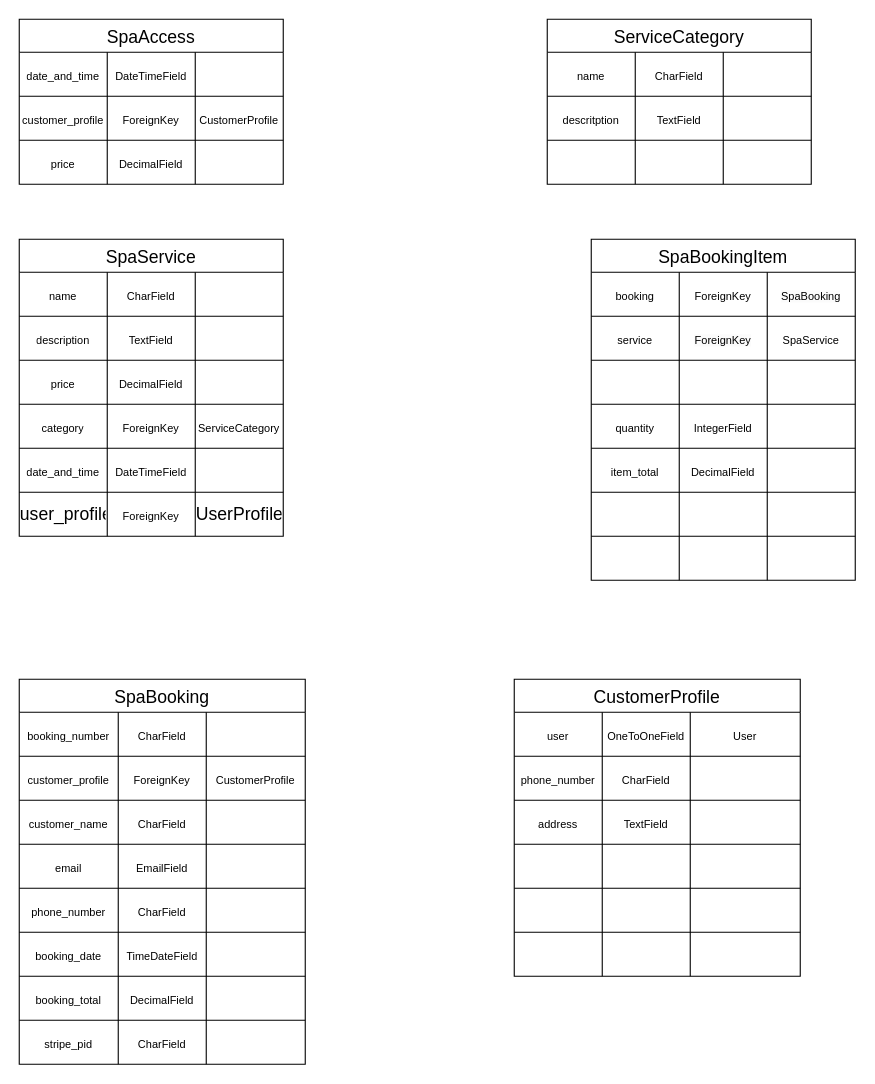
CeciliaSG/pp5_hotel_e-commerce keeps this draw.io diagram as Namnlöst diagram.drawio. Above is the earlier version. Source tidied: cells renumbered, new cells numbered last; positions are measured from the earlier drawing's top-left corner, leaving out a move shared by most shapes. Both pictures are drawn from the tidied source at 110%, with x=0, y=0 at pixel (19, 19).
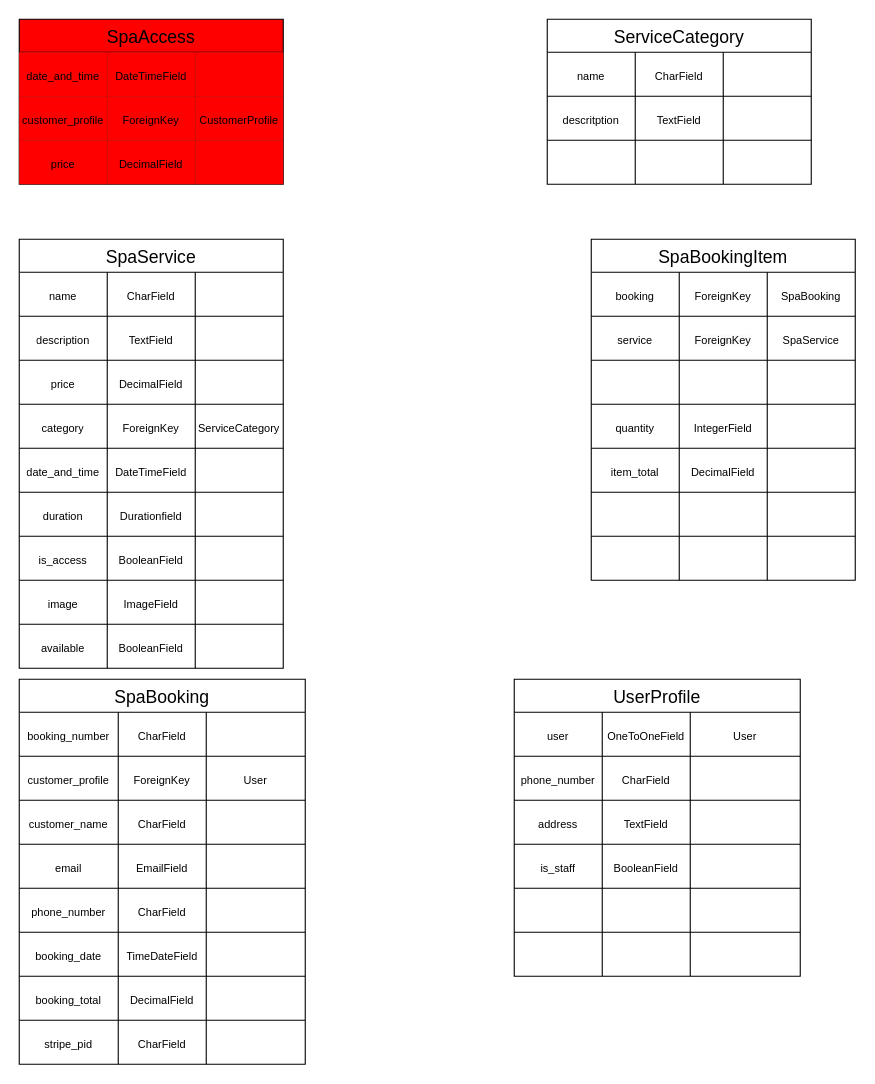
The same diagram, later.

The change refers to these unchanged cells:
```xml
<mxCell id="3" style="shape=tableRow;horizontal=0;startSize=0;swimlaneHead=0;swimlaneBody=0;strokeColor=inherit;top=0;left=0;bottom=0;right=0;fillColor=none;fontSize=16;" parent="2" vertex="1">
  <mxGeometry y="30" width="240" height="40" as="geometry" />
</mxCell>
<mxCell id="7" style="shape=tableRow;horizontal=0;startSize=0;swimlaneHead=0;swimlaneBody=0;strokeColor=inherit;top=0;left=0;bottom=0;right=0;fillColor=none;fontSize=16;" parent="2" vertex="1">
  <mxGeometry y="70" width="240" height="40" as="geometry" />
</mxCell>
<mxCell id="11" style="shape=tableRow;horizontal=0;startSize=0;swimlaneHead=0;swimlaneBody=0;strokeColor=inherit;top=0;left=0;bottom=0;right=0;fillColor=none;fontSize=16;" parent="2" vertex="1">
  <mxGeometry y="110" width="240" height="40" as="geometry" />
</mxCell>
<mxCell id="49" style="shape=tableRow;horizontal=0;startSize=0;swimlaneHead=0;swimlaneBody=0;strokeColor=inherit;top=0;left=0;bottom=0;right=0;fillColor=none;fontSize=16;" parent="28" vertex="1">
  <mxGeometry y="230" width="240" height="40" as="geometry" />
</mxCell>
<mxCell id="87" style="shape=tableRow;horizontal=0;startSize=0;swimlaneHead=0;swimlaneBody=0;strokeColor=inherit;top=0;left=0;bottom=0;right=0;fillColor=none;fontSize=16;" parent="82" vertex="1">
  <mxGeometry y="70" width="260" height="40" as="geometry" />
</mxCell>
<mxCell id="128" style="shape=tableRow;horizontal=0;startSize=0;swimlaneHead=0;swimlaneBody=0;strokeColor=inherit;top=0;left=0;bottom=0;right=0;fillColor=none;fontSize=16;" parent="115" vertex="1">
  <mxGeometry y="150" width="260" height="40" as="geometry" />
</mxCell>
```

Change to the diagram source:
```diff
@@
-    <mxCell id="2" value="SpaAccess" style="shape=table;startSize=30;childLayout=tableLayout;strokeColor=default;fontSize=16;" parent="1" vertex="1">
+    <mxCell id="2" value="SpaAccess" style="shape=table;startSize=30;childLayout=tableLayout;strokeColor=default;fontSize=16;fillColor=#FF0000;" parent="1" vertex="1">
       <mxGeometry width="240" height="150" as="geometry" />
     </mxCell>
@@
-    <mxCell id="4" value="&lt;font style=&quot;font-size: 10px;&quot;&gt;date_and_time&lt;/font&gt;" style="shape=partialRectangle;html=1;whiteSpace=wrap;strokeColor=inherit;overflow=hidden;fillColor=none;top=0;left=0;bottom=0;right=0;fontSize=16;" parent="3" vertex="1">
+    <mxCell id="4" value="&lt;font style=&quot;font-size: 10px;&quot;&gt;date_and_time&lt;/font&gt;" style="shape=partialRectangle;html=1;whiteSpace=wrap;strokeColor=inherit;overflow=hidden;fillColor=#FF0000;top=0;left=0;bottom=0;right=0;fontSize=16;" parent="3" vertex="1">
       <mxGeometry width="80" height="40" as="geometry" />
     </mxCell>
-    <mxCell id="5" value="&lt;font style=&quot;font-size: 10px;&quot;&gt;DateTimeField&lt;/font&gt;" style="shape=partialRectangle;html=1;whiteSpace=wrap;strokeColor=inherit;overflow=hidden;fillColor=none;top=0;left=0;bottom=0;right=0;fontSize=16;" parent="3" vertex="1">
+    <mxCell id="5" value="&lt;font style=&quot;font-size: 10px;&quot;&gt;DateTimeField&lt;/font&gt;" style="shape=partialRectangle;html=1;whiteSpace=wrap;strokeColor=inherit;overflow=hidden;fillColor=#FF0000;top=0;left=0;bottom=0;right=0;fontSize=16;" parent="3" vertex="1">
       <mxGeometry x="80" width="80" height="40" as="geometry" />
     </mxCell>
-    <mxCell id="6" style="shape=partialRectangle;html=1;whiteSpace=wrap;strokeColor=inherit;overflow=hidden;fillColor=none;top=0;left=0;bottom=0;right=0;fontSize=16;" parent="3" vertex="1">
+    <mxCell id="6" style="shape=partialRectangle;html=1;whiteSpace=wrap;strokeColor=inherit;overflow=hidden;fillColor=#FF0000;top=0;left=0;bottom=0;right=0;fontSize=16;" parent="3" vertex="1">
       <mxGeometry x="160" width="80" height="40" as="geometry" />
     </mxCell>
@@
-    <mxCell id="8" value="&lt;font style=&quot;font-size: 10px;&quot;&gt;customer_profile&lt;/font&gt;" style="shape=partialRectangle;html=1;whiteSpace=wrap;strokeColor=inherit;overflow=hidden;fillColor=none;top=0;left=0;bottom=0;right=0;fontSize=16;" parent="7" vertex="1">
+    <mxCell id="8" value="&lt;font style=&quot;font-size: 10px;&quot;&gt;customer_profile&lt;/font&gt;" style="shape=partialRectangle;html=1;whiteSpace=wrap;strokeColor=inherit;overflow=hidden;fillColor=#FF0000;top=0;left=0;bottom=0;right=0;fontSize=16;" parent="7" vertex="1">
       <mxGeometry width="80" height="40" as="geometry" />
     </mxCell>
-    <mxCell id="9" value="&lt;font style=&quot;font-size: 10px;&quot;&gt;ForeignKey&lt;/font&gt;" style="shape=partialRectangle;html=1;whiteSpace=wrap;strokeColor=inherit;overflow=hidden;fillColor=none;top=0;left=0;bottom=0;right=0;fontSize=16;" parent="7" vertex="1">
+    <mxCell id="9" value="&lt;font style=&quot;font-size: 10px;&quot;&gt;ForeignKey&lt;/font&gt;" style="shape=partialRectangle;html=1;whiteSpace=wrap;strokeColor=inherit;overflow=hidden;fillColor=#FF0000;top=0;left=0;bottom=0;right=0;fontSize=16;" parent="7" vertex="1">
       <mxGeometry x="80" width="80" height="40" as="geometry" />
     </mxCell>
-    <mxCell id="10" value="&lt;font style=&quot;font-size: 10px;&quot;&gt;CustomerProfile&lt;/font&gt;" style="shape=partialRectangle;html=1;whiteSpace=wrap;strokeColor=inherit;overflow=hidden;fillColor=none;top=0;left=0;bottom=0;right=0;fontSize=16;" parent="7" vertex="1">
+    <mxCell id="10" value="&lt;font style=&quot;font-size: 10px;&quot;&gt;CustomerProfile&lt;/font&gt;" style="shape=partialRectangle;html=1;whiteSpace=wrap;strokeColor=inherit;overflow=hidden;fillColor=#FF0000;top=0;left=0;bottom=0;right=0;fontSize=16;" parent="7" vertex="1">
       <mxGeometry x="160" width="80" height="40" as="geometry" />
     </mxCell>
@@
-    <mxCell id="12" value="&lt;font style=&quot;font-size: 10px;&quot;&gt;price&lt;/font&gt;" style="shape=partialRectangle;html=1;whiteSpace=wrap;strokeColor=inherit;overflow=hidden;fillColor=none;top=0;left=0;bottom=0;right=0;fontSize=16;" parent="11" vertex="1">
+    <mxCell id="12" value="&lt;font style=&quot;font-size: 10px;&quot;&gt;price&lt;/font&gt;" style="shape=partialRectangle;html=1;whiteSpace=wrap;strokeColor=inherit;overflow=hidden;fillColor=#FF0000;top=0;left=0;bottom=0;right=0;fontSize=16;" parent="11" vertex="1">
       <mxGeometry width="80" height="40" as="geometry" />
     </mxCell>
-    <mxCell id="13" value="&lt;font style=&quot;font-size: 10px;&quot;&gt;DecimalField&lt;/font&gt;" style="shape=partialRectangle;html=1;whiteSpace=wrap;strokeColor=inherit;overflow=hidden;fillColor=none;top=0;left=0;bottom=0;right=0;fontSize=16;" parent="11" vertex="1">
+    <mxCell id="13" value="&lt;font style=&quot;font-size: 10px;&quot;&gt;DecimalField&lt;/font&gt;" style="shape=partialRectangle;html=1;whiteSpace=wrap;strokeColor=inherit;overflow=hidden;fillColor=#FF0000;top=0;left=0;bottom=0;right=0;fontSize=16;" parent="11" vertex="1">
       <mxGeometry x="80" width="80" height="40" as="geometry" />
     </mxCell>
-    <mxCell id="14" style="shape=partialRectangle;html=1;whiteSpace=wrap;strokeColor=inherit;overflow=hidden;fillColor=none;top=0;left=0;bottom=0;right=0;fontSize=16;" parent="11" vertex="1">
+    <mxCell id="14" style="shape=partialRectangle;html=1;whiteSpace=wrap;strokeColor=inherit;overflow=hidden;fillColor=#FF0000;top=0;left=0;bottom=0;right=0;fontSize=16;" parent="11" vertex="1">
       <mxGeometry x="160" width="80" height="40" as="geometry" />
     </mxCell>
@@
     <mxCell id="28" value="SpaService" style="shape=table;startSize=30;childLayout=tableLayout;strokeColor=default;fontSize=16;" parent="1" vertex="1">
-      <mxGeometry y="200" width="240" height="270" as="geometry" />
+      <mxGeometry y="200" width="240" height="390" as="geometry" />
     </mxCell>
@@
-    <mxCell id="50" value="user_profile" style="shape=partialRectangle;html=1;whiteSpace=wrap;strokeColor=inherit;overflow=hidden;fillColor=none;top=0;left=0;bottom=0;right=0;fontSize=16;" parent="49" vertex="1">
+    <mxCell id="50" value="&lt;font style=&quot;font-size: 10px;&quot;&gt;duration&lt;/font&gt;" style="shape=partialRectangle;html=1;whiteSpace=wrap;strokeColor=inherit;overflow=hidden;fillColor=none;top=0;left=0;bottom=0;right=0;fontSize=16;" parent="49" vertex="1">
       <mxGeometry width="80" height="40" as="geometry" />
     </mxCell>
-    <mxCell id="51" value="&lt;span style=&quot;font-size: 10px;&quot;&gt;ForeignKey&lt;/span&gt;" style="shape=partialRectangle;html=1;whiteSpace=wrap;strokeColor=inherit;overflow=hidden;fillColor=none;top=0;left=0;bottom=0;right=0;fontSize=16;" parent="49" vertex="1">
+    <mxCell id="51" value="&lt;font style=&quot;font-size: 10px;&quot;&gt;Durationfield&lt;/font&gt;" style="shape=partialRectangle;html=1;whiteSpace=wrap;strokeColor=inherit;overflow=hidden;fillColor=none;top=0;left=0;bottom=0;right=0;fontSize=16;" parent="49" vertex="1">
       <mxGeometry x="80" width="80" height="40" as="geometry" />
     </mxCell>
-    <mxCell id="52" value="UserProfile" style="shape=partialRectangle;html=1;whiteSpace=wrap;strokeColor=inherit;overflow=hidden;fillColor=none;top=0;left=0;bottom=0;right=0;fontSize=16;" parent="49" vertex="1">
+    <mxCell id="52" style="shape=partialRectangle;html=1;whiteSpace=wrap;strokeColor=inherit;overflow=hidden;fillColor=none;top=0;left=0;bottom=0;right=0;fontSize=16;" parent="49" vertex="1">
       <mxGeometry x="160" width="80" height="40" as="geometry" />
     </mxCell>
+    <mxCell id="141" style="shape=tableRow;horizontal=0;startSize=0;swimlaneHead=0;swimlaneBody=0;strokeColor=inherit;top=0;left=0;bottom=0;right=0;fillColor=none;fontSize=16;" parent="28" vertex="1">
+      <mxGeometry y="270" width="240" height="40" as="geometry" />
+    </mxCell>
+    <mxCell id="142" value="&lt;font style=&quot;font-size: 10px;&quot;&gt;is_access&lt;/font&gt;" style="shape=partialRectangle;html=1;whiteSpace=wrap;strokeColor=inherit;overflow=hidden;fillColor=none;top=0;left=0;bottom=0;right=0;fontSize=16;" parent="141" vertex="1">
+      <mxGeometry width="80" height="40" as="geometry" />
+    </mxCell>
+    <mxCell id="143" value="&lt;font style=&quot;font-size: 10px;&quot;&gt;BooleanField&lt;/font&gt;" style="shape=partialRectangle;html=1;whiteSpace=wrap;strokeColor=inherit;overflow=hidden;fillColor=none;top=0;left=0;bottom=0;right=0;fontSize=16;" parent="141" vertex="1">
+      <mxGeometry x="80" width="80" height="40" as="geometry" />
+    </mxCell>
+    <mxCell id="144" style="shape=partialRectangle;html=1;whiteSpace=wrap;strokeColor=inherit;overflow=hidden;fillColor=none;top=0;left=0;bottom=0;right=0;fontSize=16;" parent="141" vertex="1">
+      <mxGeometry x="160" width="80" height="40" as="geometry" />
+    </mxCell>
+    <mxCell id="145" style="shape=tableRow;horizontal=0;startSize=0;swimlaneHead=0;swimlaneBody=0;strokeColor=inherit;top=0;left=0;bottom=0;right=0;fillColor=none;fontSize=16;" parent="28" vertex="1">
+      <mxGeometry y="310" width="240" height="40" as="geometry" />
+    </mxCell>
+    <mxCell id="146" value="&lt;font style=&quot;font-size: 10px;&quot;&gt;image&lt;/font&gt;" style="shape=partialRectangle;html=1;whiteSpace=wrap;strokeColor=inherit;overflow=hidden;fillColor=none;top=0;left=0;bottom=0;right=0;fontSize=16;" parent="145" vertex="1">
+      <mxGeometry width="80" height="40" as="geometry" />
+    </mxCell>
+    <mxCell id="147" value="&lt;font style=&quot;font-size: 10px;&quot;&gt;ImageField&lt;/font&gt;" style="shape=partialRectangle;html=1;whiteSpace=wrap;strokeColor=inherit;overflow=hidden;fillColor=none;top=0;left=0;bottom=0;right=0;fontSize=16;" parent="145" vertex="1">
+      <mxGeometry x="80" width="80" height="40" as="geometry" />
+    </mxCell>
+    <mxCell id="148" style="shape=partialRectangle;html=1;whiteSpace=wrap;strokeColor=inherit;overflow=hidden;fillColor=none;top=0;left=0;bottom=0;right=0;fontSize=16;" parent="145" vertex="1">
+      <mxGeometry x="160" width="80" height="40" as="geometry" />
+    </mxCell>
+    <mxCell id="149" style="shape=tableRow;horizontal=0;startSize=0;swimlaneHead=0;swimlaneBody=0;strokeColor=inherit;top=0;left=0;bottom=0;right=0;fillColor=none;fontSize=16;" parent="28" vertex="1">
+      <mxGeometry y="350" width="240" height="40" as="geometry" />
+    </mxCell>
+    <mxCell id="150" value="&lt;font style=&quot;font-size: 10px;&quot;&gt;available&lt;/font&gt;" style="shape=partialRectangle;html=1;whiteSpace=wrap;strokeColor=inherit;overflow=hidden;fillColor=none;top=0;left=0;bottom=0;right=0;fontSize=16;" parent="149" vertex="1">
+      <mxGeometry width="80" height="40" as="geometry" />
+    </mxCell>
+    <mxCell id="151" value="&lt;font style=&quot;font-size: 10px;&quot;&gt;BooleanField&lt;/font&gt;" style="shape=partialRectangle;html=1;whiteSpace=wrap;strokeColor=inherit;overflow=hidden;fillColor=none;top=0;left=0;bottom=0;right=0;fontSize=16;" parent="149" vertex="1">
+      <mxGeometry x="80" width="80" height="40" as="geometry" />
+    </mxCell>
+    <mxCell id="152" style="shape=partialRectangle;html=1;whiteSpace=wrap;strokeColor=inherit;overflow=hidden;fillColor=none;top=0;left=0;bottom=0;right=0;fontSize=16;" parent="149" vertex="1">
+      <mxGeometry x="160" width="80" height="40" as="geometry" />
+    </mxCell>
@@
-    <mxCell id="90" value="&lt;font style=&quot;font-size: 10px;&quot;&gt;CustomerProfile&lt;/font&gt;" style="shape=partialRectangle;html=1;whiteSpace=wrap;strokeColor=inherit;overflow=hidden;fillColor=none;top=0;left=0;bottom=0;right=0;fontSize=16;" parent="87" vertex="1">
+    <mxCell id="90" value="&lt;font style=&quot;font-size: 10px;&quot;&gt;User&lt;/font&gt;" style="shape=partialRectangle;html=1;whiteSpace=wrap;strokeColor=inherit;overflow=hidden;fillColor=none;top=0;left=0;bottom=0;right=0;fontSize=16;" parent="87" vertex="1">
       <mxGeometry x="170" width="90" height="40" as="geometry" />
     </mxCell>
@@
-    <mxCell id="115" value="CustomerProfile" style="shape=table;startSize=30;childLayout=tableLayout;strokeColor=default;fontSize=16;" parent="1" vertex="1">
+    <mxCell id="115" value="UserProfile" style="shape=table;startSize=30;childLayout=tableLayout;strokeColor=default;fontSize=16;" parent="1" vertex="1">
       <mxGeometry x="450" y="600" width="260" height="270" as="geometry" />
     </mxCell>
@@
-    <mxCell id="129" style="shape=partialRectangle;html=1;whiteSpace=wrap;strokeColor=inherit;overflow=hidden;fillColor=none;top=0;left=0;bottom=0;right=0;fontSize=16;" parent="128" vertex="1">
+    <mxCell id="129" value="&lt;font style=&quot;font-size: 10px;&quot;&gt;is_staff&lt;/font&gt;" style="shape=partialRectangle;html=1;whiteSpace=wrap;strokeColor=inherit;overflow=hidden;fillColor=none;top=0;left=0;bottom=0;right=0;fontSize=16;" parent="128" vertex="1">
       <mxGeometry width="80" height="40" as="geometry" />
     </mxCell>
-    <mxCell id="130" style="shape=partialRectangle;html=1;whiteSpace=wrap;strokeColor=inherit;overflow=hidden;fillColor=none;top=0;left=0;bottom=0;right=0;fontSize=16;" parent="128" vertex="1">
+    <mxCell id="130" value="&lt;span style=&quot;font-size: 10px;&quot;&gt;BooleanField&lt;/span&gt;" style="shape=partialRectangle;html=1;whiteSpace=wrap;strokeColor=inherit;overflow=hidden;fillColor=none;top=0;left=0;bottom=0;right=0;fontSize=16;" parent="128" vertex="1">
       <mxGeometry x="80" width="80" height="40" as="geometry" />
     </mxCell>
```
